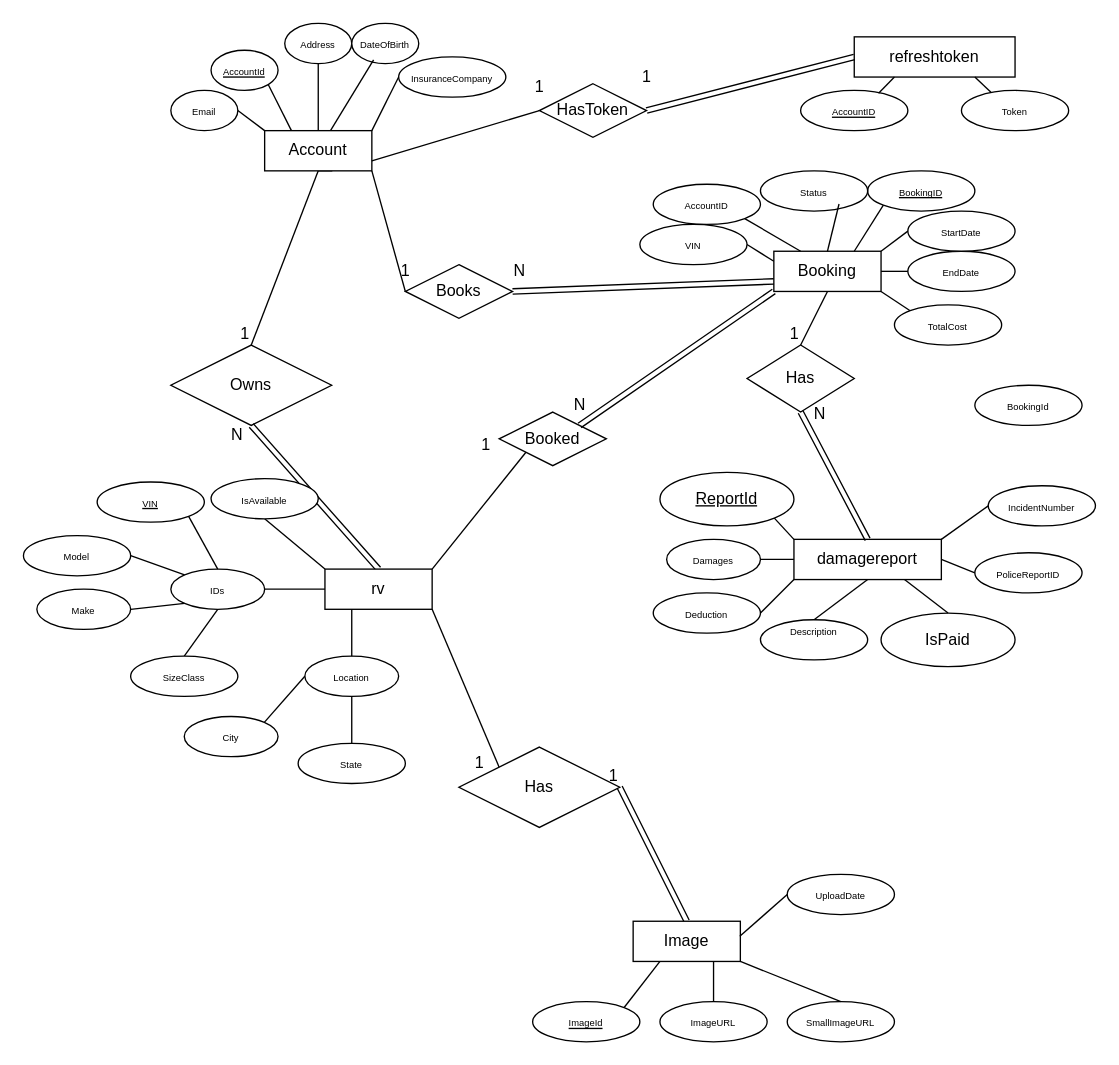
Earlier version of the draw.io diagram RVSolutions.drawio (JasonDinh345/RV-Solutions). Source tidied: cells renumbered, new cells numbered last; positions are measured from the earlier drawing's top-left corner, leaving out a move shared by most shapes. Both pictures are drawn from the tidied source at 134%, with x=0, y=0 at pixel (23, 23).
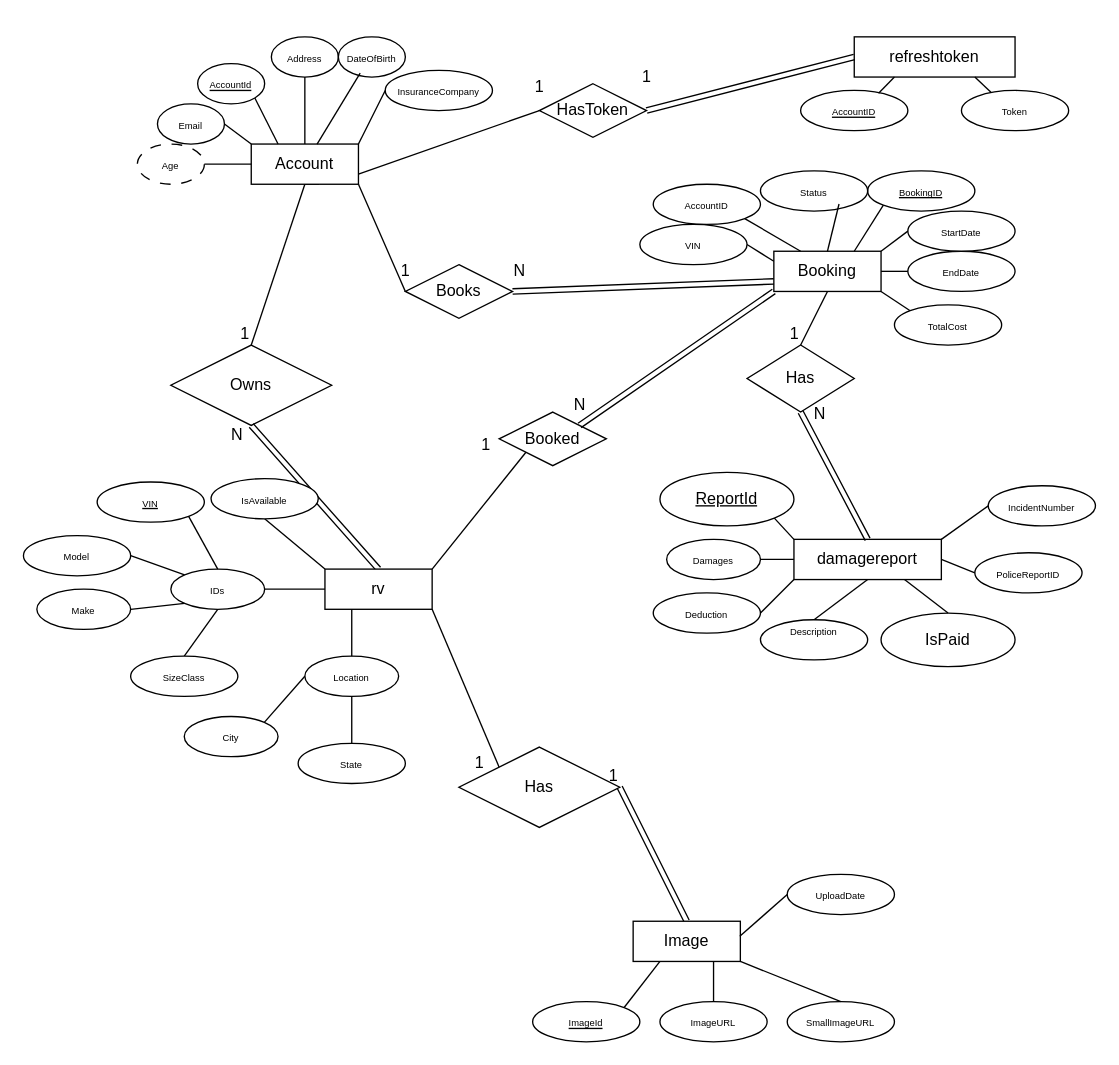
Above is the later version.

Commit message:
added derived attribute

The change refers to these unchanged cells:
```xml
<mxCell id="46" value="&lt;div&gt;Account&lt;/div&gt;" style="rounded=0;whiteSpace=wrap;html=1;" parent="44" vertex="1">
  <mxGeometry x="70" y="80" width="80" height="30" as="geometry" />
</mxCell>
```

What changed in the source:
```diff
@@
-    <mxCell id="5" value="&lt;font style=&quot;font-size: 7px;&quot;&gt;BookingId&lt;/font&gt;" style="ellipse;whiteSpace=wrap;html=1;" parent="1" vertex="1">
-      <mxGeometry x="710" y="270" width="80" height="30" as="geometry" />
-    </mxCell>
@@
     <mxCell id="44" style="group;" parent="1" vertex="1">
-      <mxGeometry x="110" width="250" height="110" as="geometry" />
+      <mxGeometry x="100" y="10" width="250" height="110" as="geometry" />
     </mxCell>
@@
+    <mxCell id="111" value="&lt;font style=&quot;font-size: 7px;&quot;&gt;Age&lt;/font&gt;" style="ellipse;whiteSpace=wrap;html=1;dashed=1;dashPattern=8 8;" parent="44" vertex="1">
+      <mxGeometry x="-15" y="80" width="50" height="30" as="geometry" />
+    </mxCell>
+    <mxCell id="112" style="endArrow=none;html=1;rounded=0;entryX=0;entryY=0.5;entryDx=0;entryDy=0;exitX=1;exitY=0.5;exitDx=0;exitDy=0;" parent="44" edge="1" source="111" target="46">
+      <mxGeometry relative="1" as="geometry" />
+    </mxCell>
```
